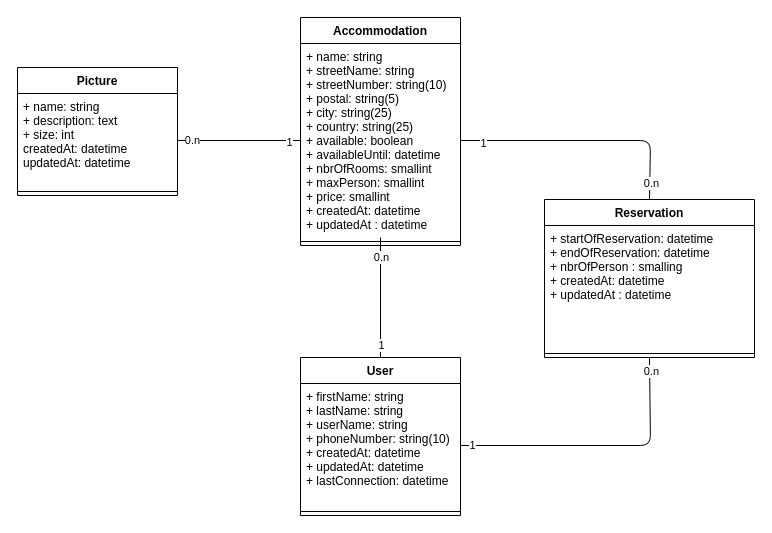
Earlier version of the draw.io diagram .docs/UML/database.drawio (Dens26/toulon_sweet_home_api). Source tidied: cells renumbered, new cells numbered last; positions are measured from the earlier drawing's top-left corner, leaving out a move shared by most shapes. Both pictures are drawn from the tidied source at 100%, with x=0, y=0 at pixel (17, 17).
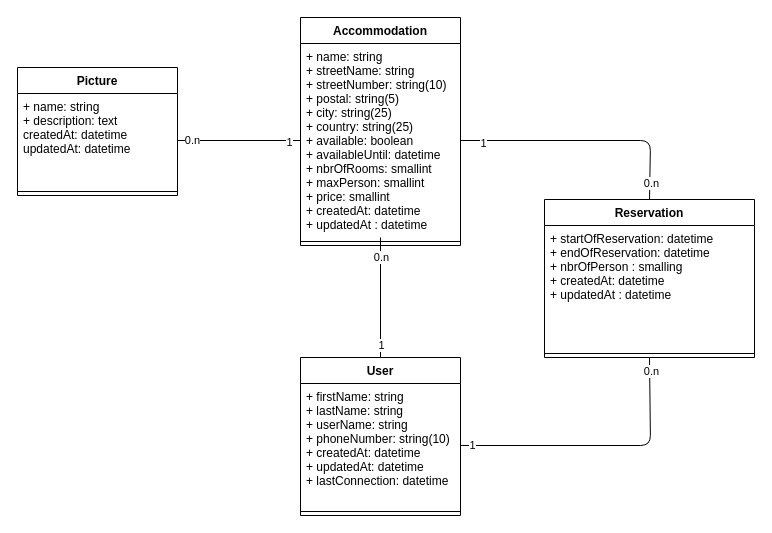
Above is the later version.

Unchanged cells that the change refers to:
```xml
<mxCell id="20" value="Picture" style="swimlane;fontStyle=1;align=center;verticalAlign=top;horizontal=1;startSize=26;" parent="1" vertex="1">
  <mxGeometry y="50" width="160" height="128" as="geometry" />
</mxCell>
```

Diff of the diagram source:
```diff
@@
-    <mxCell id="21" value="+ name: string&#10;+ description: text&#10;+ size: int&#10;createdAt: datetime&#10;updatedAt: datetime" style="text;strokeColor=none;fillColor=none;align=left;verticalAlign=top;spacingLeft=4;spacingRight=4;overflow=hidden;points=[[0,0.5],[1,0.5]];portConstraint=eastwest;" parent="20" vertex="1">
+    <mxCell id="21" value="+ name: string&#10;+ description: text&#10;createdAt: datetime&#10;updatedAt: datetime" style="text;strokeColor=none;fillColor=none;align=left;verticalAlign=top;spacingLeft=4;spacingRight=4;overflow=hidden;points=[[0,0.5],[1,0.5]];portConstraint=eastwest;" parent="20" vertex="1">
       <mxGeometry y="26" width="160" height="94" as="geometry" />
     </mxCell>
```
